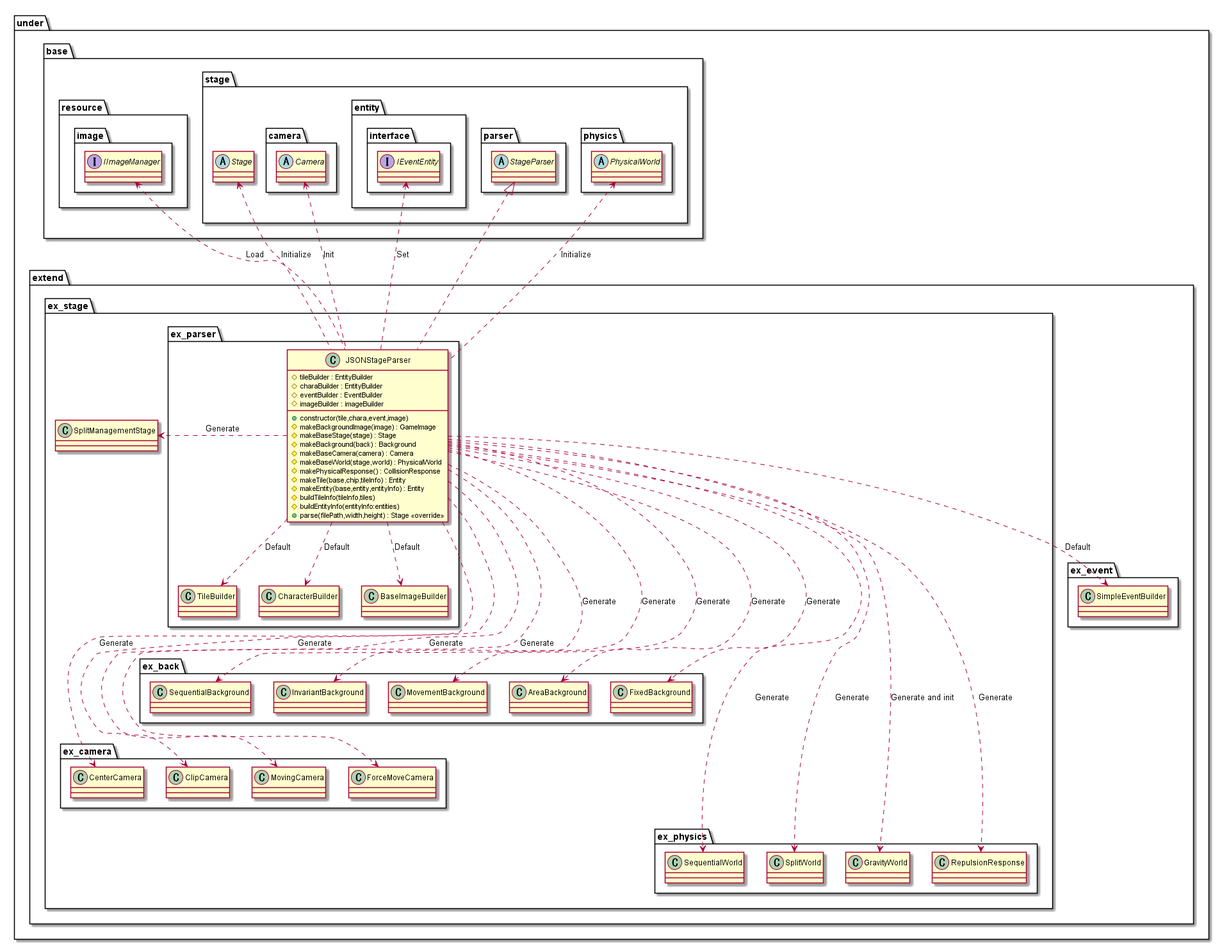
Expine/Under keeps this PlantUML diagram as out/uml/parser/JSON/ParserJSON.png. Above is the earlier version. Its diagram source:
```plantuml
@startuml ParserJSON

package under {
    package extend {
        package ex_stage {
            package ex_parser {
                class JSONStageParser {
                    +constructor(tile,chara,event,image)
                    #tileBuilder : EntityBuilder
                    #charaBuilder : EntityBuilder
                    #eventBuilder : EventBuilder
                    #imageBuilder : imageBuilder
                    #makeBackgroundImage(image) : GameImage
                    #makeBaseStage(stage) : Stage
                    #makeBackground(back) : Background
                    #makeBaseCamera(camera) : Camera
                    #makeBaseWorld(stage,world) : PhysicalWorld
                    #makePhysicalResponse() : CollisionResponse
                    #makeTile(base,chip,tileInfo) : Entity
                    #makeEntity(base,entity,entityInfo) : Entity
                    #buildTileInfo(tileInfo,tiles)
                    #buildEntityInfo(entityInfo:entities)
                    +parse(filePath,width,height) : Stage <<override>>
                }
            }
        }
    }
}

package under {
    package base {
        package resource {
            package image {
                interface IImageManager
            }
        }
        package stage {
            abstract Stage
            package camera {
                abstract Camera
            }
            package entity {
                package interface {
                    interface IEventEntity
                }
            }
            package parser {
                abstract StageParser
            }
            package physics {
                abstract PhysicalWorld
            }
        }
    }
    package extend {
        package ex_event {
            class SimpleEventBuilder
        }
        package ex_stage {
            class SplitManagementStage
            package ex_parser {
                class TileBuilder
                class CharacterBuilder
                class BaseImageBuilder
            }
            package ex_camera {
                class CenterCamera
                class ClipCamera
                class MovingCamera
                class ForceMoveCamera
            }
            package ex_back {
                class SequentialBackground
                class InvariantBackground
                class MovementBackground
                class AreaBackground
                class FixedBackground
            }
            package ex_physics {
                class SequentialWorld
                class SplitWorld
                class GravityWorld
                class RepulsionResponse
            }
        }

    }
}

JSONStageParser .> SplitManagementStage : Generate
JSONStageParser ...> SequentialBackground : Generate
JSONStageParser ...> InvariantBackground : Generate
JSONStageParser ...> MovementBackground : Generate
JSONStageParser ...> AreaBackground : Generate
JSONStageParser ...> FixedBackground : Generate
JSONStageParser ....> CenterCamera : Generate
JSONStageParser ....> ClipCamera : Generate
JSONStageParser ....> MovingCamera : Generate
JSONStageParser ....> ForceMoveCamera : Generate
JSONStageParser .....> SequentialWorld : Generate
JSONStageParser .....> SplitWorld : Generate
JSONStageParser .....> GravityWorld : Generate and init
JSONStageParser .....> RepulsionResponse : Generate
IImageManager <..  JSONStageParser: Load
Stage <..  JSONStageParser: Initialize
PhysicalWorld <..  JSONStageParser: Initialize
IEventEntity <.. JSONStageParser : Set
Camera <.. JSONStageParser : Init

JSONStageParser ..> TileBuilder : Default
JSONStageParser ..> CharacterBuilder : Default
JSONStageParser ..> BaseImageBuilder : Default
JSONStageParser ..> SimpleEventBuilder : Default

StageParser <|.. JSONStageParser

@enduml
```
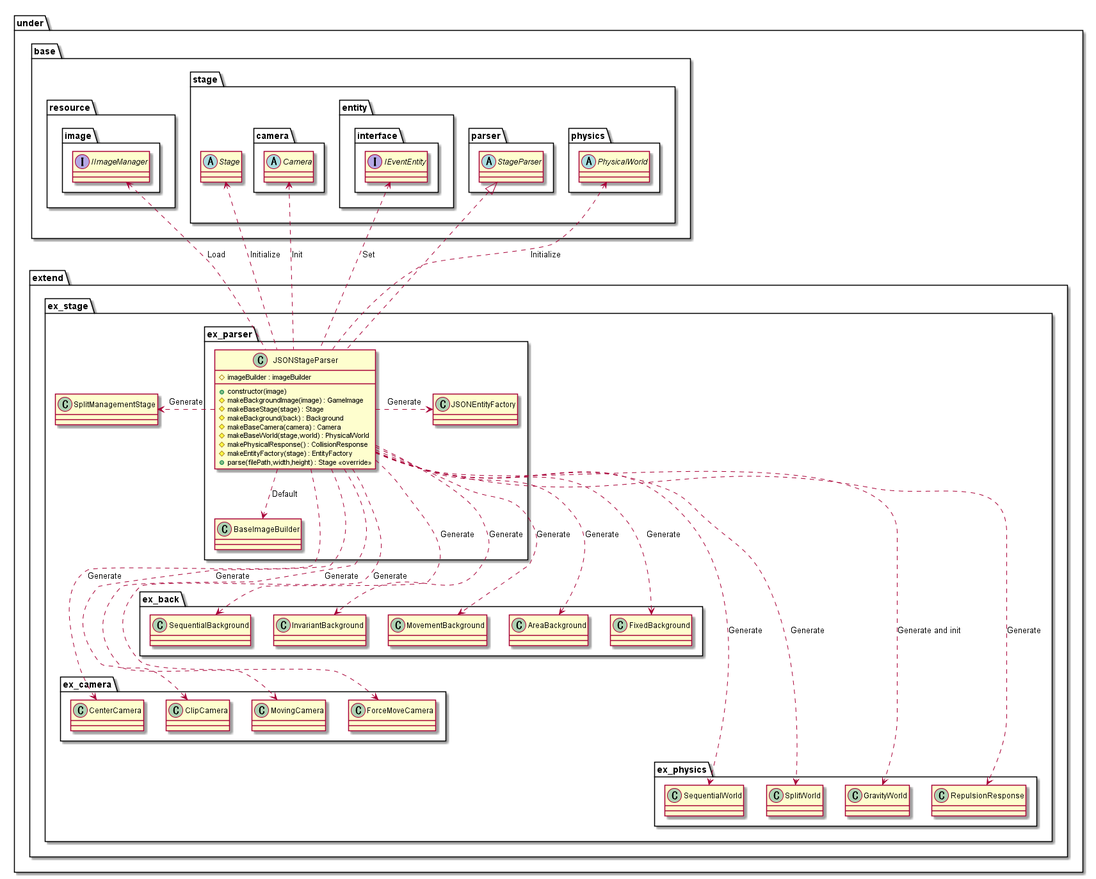
After the change.

Change to the diagram source:
```diff
@@ -5,10 +5,7 @@
         package ex_stage {
             package ex_parser {
                 class JSONStageParser {
-                    +constructor(tile,chara,event,image)
-                    #tileBuilder : EntityBuilder
-                    #charaBuilder : EntityBuilder
-                    #eventBuilder : EventBuilder
+                    +constructor(image)
                     #imageBuilder : imageBuilder
                     #makeBackgroundImage(image) : GameImage
                     #makeBaseStage(stage) : Stage
@@ -16,10 +13,7 @@
                     #makeBaseCamera(camera) : Camera
                     #makeBaseWorld(stage,world) : PhysicalWorld
                     #makePhysicalResponse() : CollisionResponse
-                    #makeTile(base,chip,tileInfo) : Entity
-                    #makeEntity(base,entity,entityInfo) : Entity
-                    #buildTileInfo(tileInfo,tiles)
-                    #buildEntityInfo(entityInfo:entities)
+                    #makeEntityFactory(stage) : EntityFactory
                     +parse(filePath,width,height) : Stage <<override>>
                 }
             }
@@ -53,15 +47,11 @@
         }
     }
     package extend {
-        package ex_event {
-            class SimpleEventBuilder
-        }
         package ex_stage {
             class SplitManagementStage
             package ex_parser {
-                class TileBuilder
-                class CharacterBuilder
                 class BaseImageBuilder
+                class JSONEntityFactory
             }
             package ex_camera {
                 class CenterCamera
@@ -88,29 +78,31 @@
 }
 
 JSONStageParser .> SplitManagementStage : Generate
+JSONStageParser .> JSONEntityFactory : Generate
+
 JSONStageParser ...> SequentialBackground : Generate
 JSONStageParser ...> InvariantBackground : Generate
 JSONStageParser ...> MovementBackground : Generate
 JSONStageParser ...> AreaBackground : Generate
 JSONStageParser ...> FixedBackground : Generate
+
 JSONStageParser ....> CenterCamera : Generate
 JSONStageParser ....> ClipCamera : Generate
 JSONStageParser ....> MovingCamera : Generate
 JSONStageParser ....> ForceMoveCamera : Generate
+
 JSONStageParser .....> SequentialWorld : Generate
 JSONStageParser .....> SplitWorld : Generate
 JSONStageParser .....> GravityWorld : Generate and init
 JSONStageParser .....> RepulsionResponse : Generate
+
 IImageManager <..  JSONStageParser: Load
 Stage <..  JSONStageParser: Initialize
 PhysicalWorld <..  JSONStageParser: Initialize
 IEventEntity <.. JSONStageParser : Set
 Camera <.. JSONStageParser : Init
 
-JSONStageParser ..> TileBuilder : Default
-JSONStageParser ..> CharacterBuilder : Default
 JSONStageParser ..> BaseImageBuilder : Default
-JSONStageParser ..> SimpleEventBuilder : Default
 
 StageParser <|.. JSONStageParser
 
```
